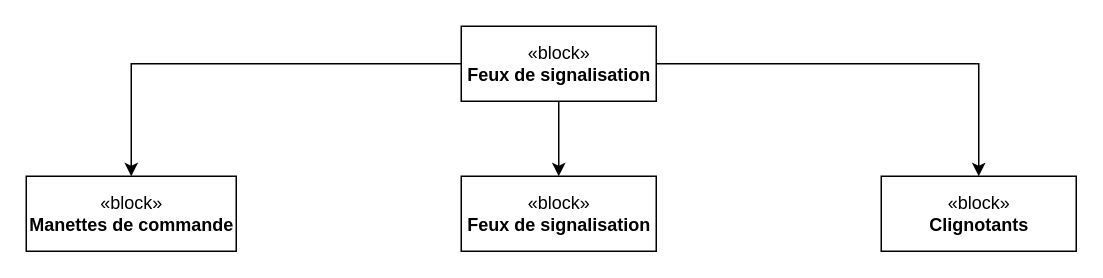
The draw.io diagram Untitled Diagram.drawio in AlucardOff/AlucardOff, before the edit. Source tidied: cells renumbered, new cells numbered last; positions are measured from the earlier drawing's top-left corner, leaving out a move shared by most shapes. Both pictures are drawn from the tidied source at 150%, with x=0, y=0 at pixel (26, 26).
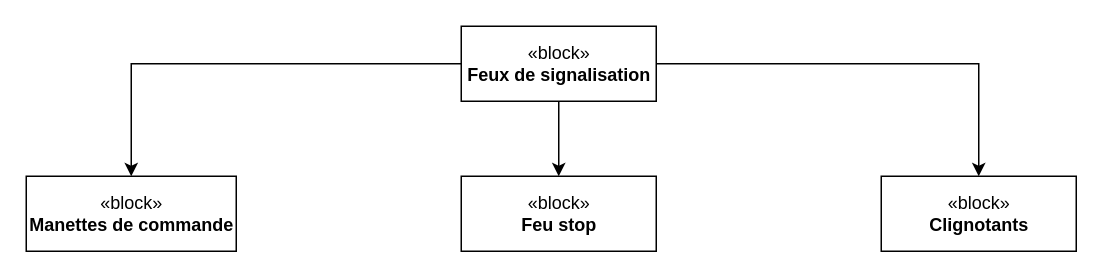
The same diagram, later.

Change to the diagram source:
```diff
@@
 <mxGraphModel>
   <root>
     <mxCell id="0" />
     <mxCell id="1" parent="0" />
     <mxCell id="2" style="edgeStyle=orthogonalEdgeStyle;rounded=0;jettySize=auto;html=1;" parent="1" edge="1" source="5" target="6">
       <mxGeometry relative="1" as="geometry" />
     </mxCell>
     <mxCell id="3" style="edgeStyle=orthogonalEdgeStyle;rounded=0;jettySize=auto;html=1;" parent="1" edge="1" source="5" target="7">
       <mxGeometry relative="1" as="geometry" />
     </mxCell>
     <mxCell id="4" style="edgeStyle=orthogonalEdgeStyle;rounded=0;jettySize=auto;html=1;" parent="1" edge="1" source="5" target="8">
       <mxGeometry relative="1" as="geometry" />
     </mxCell>
     <mxCell id="5" value="«block»&lt;br&gt;&lt;b&gt;Feux de signalisation&lt;/b&gt;" style="html=1;" parent="1" vertex="1">
       <mxGeometry x="290" width="130" height="50" as="geometry" />
     </mxCell>
     <mxCell id="6" value="«block»&lt;br&gt;&lt;b&gt;Manettes de commande&lt;/b&gt;" style="html=1;" parent="1" vertex="1">
       <mxGeometry y="100" width="140" height="50" as="geometry" />
     </mxCell>
     <mxCell id="7" value="«block»&lt;br&gt;&lt;b&gt;Clignotants&lt;/b&gt;" style="html=1;" parent="1" vertex="1">
       <mxGeometry x="570" y="100" width="130" height="50" as="geometry" />
     </mxCell>
-    <mxCell id="8" value="«block»&lt;br&gt;&lt;b&gt;Feux de signalisation&lt;/b&gt;" style="html=1;" parent="1" vertex="1">
+    <mxCell id="8" value="«block»&lt;br&gt;&lt;b&gt;Feu stop&lt;/b&gt;" style="html=1;" parent="1" vertex="1">
       <mxGeometry x="290" y="100" width="130" height="50" as="geometry" />
     </mxCell>
   </root>
 </mxGraphModel>
```
